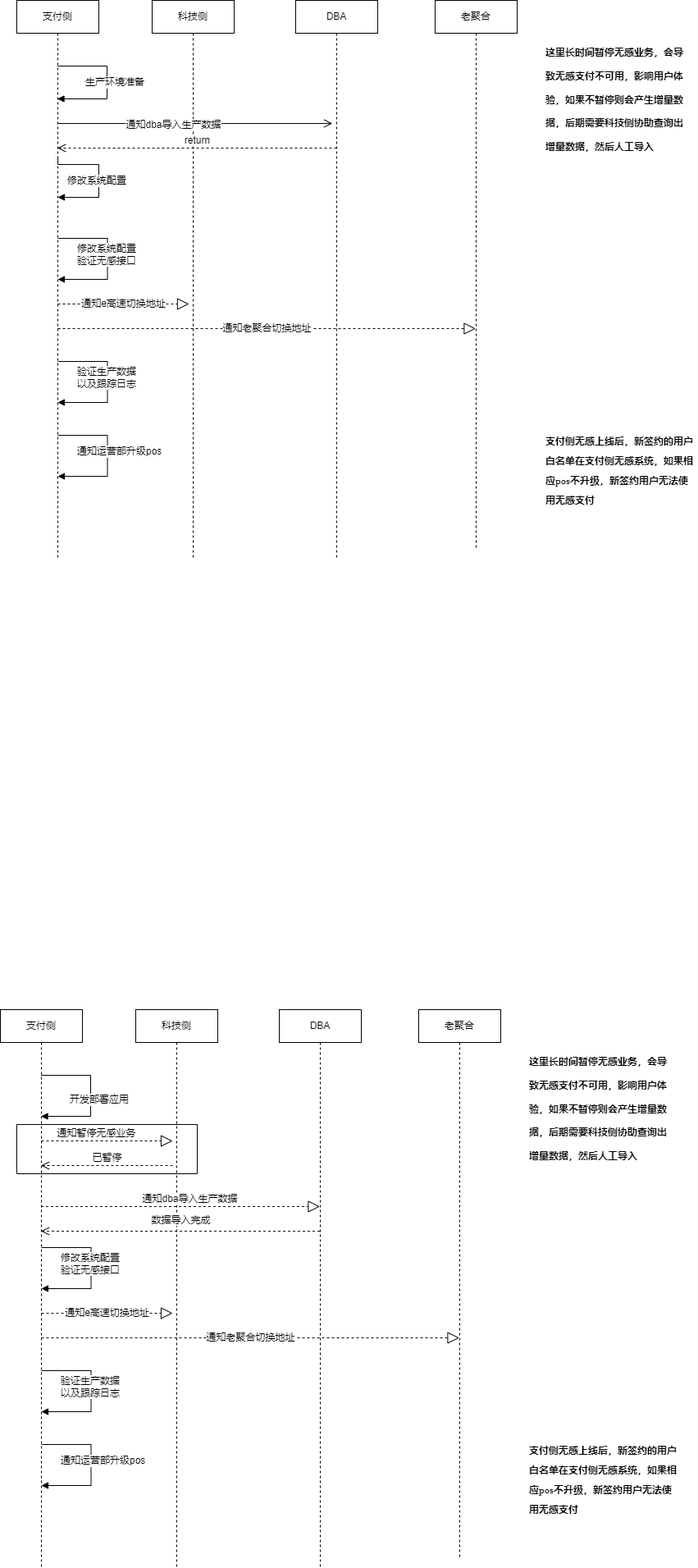
The draw.io diagram 无感支付上线.png in songyibo2019/mydiagrams, before a commit. Source tidied: cells renumbered, new cells last; positions are measured from the earlier drawing's top-left corner, leaving out a move shared by most shapes.
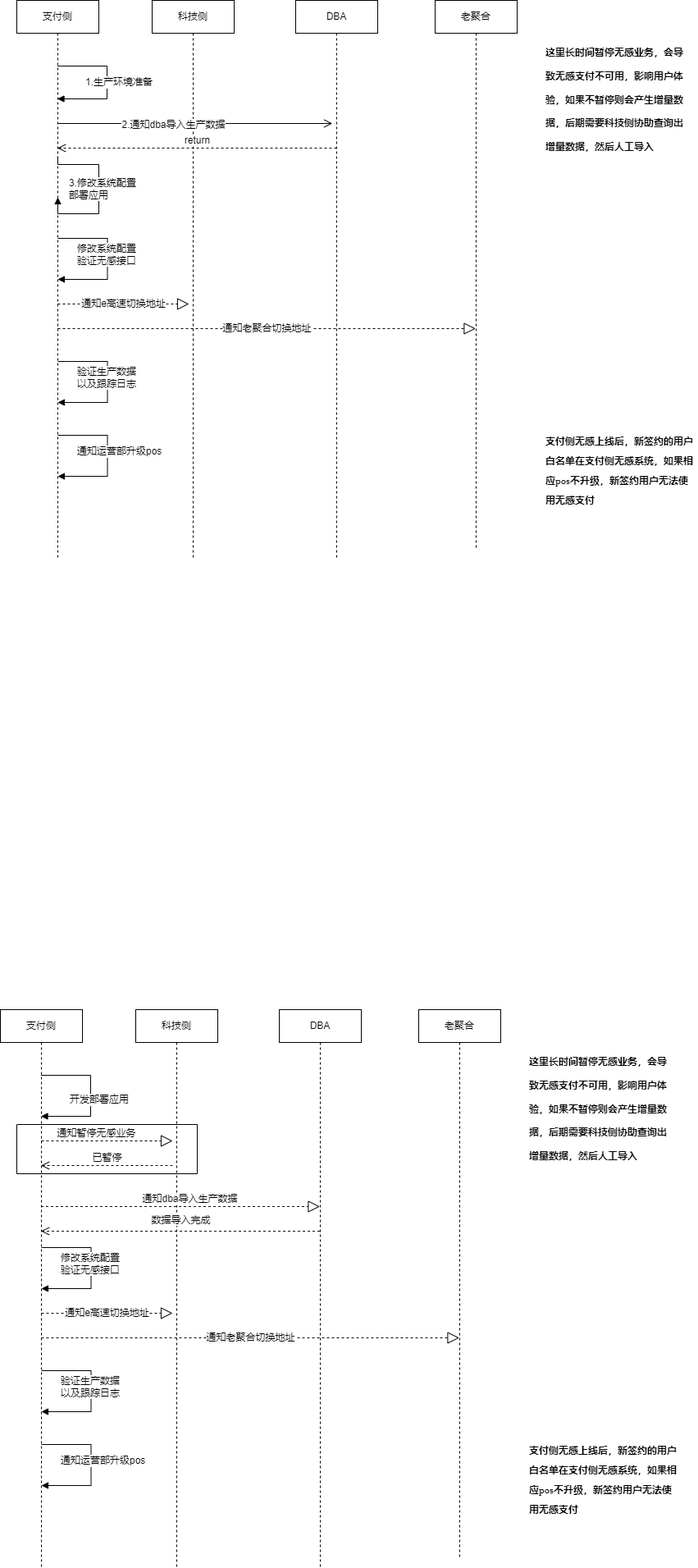
After the commit.

Commit message:
Update 无感支付上线.png

Change to the diagram source:
```diff
@@ -132,15 +132,17 @@
         </Array>
       </mxGeometry>
     </mxCell>
-    <mxCell id="25" value="修改系统配置" style="edgeStyle=orthogonalEdgeStyle;html=1;align=left;spacingLeft=2;endArrow=block;rounded=0;fontSize=12;" parent="21" edge="1">
-      <mxGeometry x="-0.77" y="-20" relative="1" as="geometry">
+    <mxCell id="25" value="3.修改系统配置&lt;br&gt;部署应用" style="edgeStyle=orthogonalEdgeStyle;html=1;align=left;spacingLeft=2;endArrow=block;rounded=0;fontSize=12;" parent="21" edge="1">
+      <mxGeometry x="1" y="-14" relative="1" as="geometry">
         <mxPoint x="50" y="190" as="sourcePoint" />
         <mxPoint x="50" y="240" as="targetPoint" />
         <Array as="points">
           <mxPoint x="50" y="200" />
           <mxPoint x="100" y="200" />
-          <mxPoint x="100" y="240" />
+          <mxPoint x="100" y="260" />
+          <mxPoint x="50" y="260" />
         </Array>
+        <mxPoint x="-4" y="-10" as="offset" />
       </mxGeometry>
     </mxCell>
     <mxCell id="26" value="科技侧" style="shape=umlLifeline;perimeter=lifelinePerimeter;whiteSpace=wrap;html=1;fontSize=12;" parent="1" vertex="1">
@@ -152,13 +154,13 @@
         <mxPoint x="219.8" y="150" as="targetPoint" />
       </mxGeometry>
     </mxCell>
-    <mxCell id="28" value="&lt;span style=&quot;font-size: 12px&quot;&gt;通知dba导入生产数据&lt;/span&gt;" style="edgeLabel;html=1;align=center;verticalAlign=middle;" parent="27" vertex="1">
+    <mxCell id="28" value="&lt;span style=&quot;font-size: 12px&quot;&gt;2.通知dba导入生产数据&lt;/span&gt;" style="edgeLabel;html=1;align=center;verticalAlign=middle;" parent="27" vertex="1">
       <mxGeometry x="-0.16" y="-1" relative="1" as="geometry" />
     </mxCell>
     <mxCell id="29" value="DBA" style="shape=umlLifeline;perimeter=lifelinePerimeter;whiteSpace=wrap;html=1;fontSize=12;" parent="1" vertex="1">
       <mxGeometry x="360" width="100" height="680" as="geometry" />
     </mxCell>
-    <mxCell id="30" value="生产环境准备" style="edgeStyle=orthogonalEdgeStyle;html=1;align=left;spacingLeft=2;endArrow=block;rounded=0;fontSize=12;" parent="1" edge="1" source="21" target="21">
+    <mxCell id="30" value="1.生产环境准备" style="edgeStyle=orthogonalEdgeStyle;html=1;align=left;spacingLeft=2;endArrow=block;rounded=0;fontSize=12;" parent="1" edge="1" source="21" target="21">
       <mxGeometry x="0.64" y="-20" relative="1" as="geometry">
         <Array as="points">
           <mxPoint x="130" y="80" />
```
